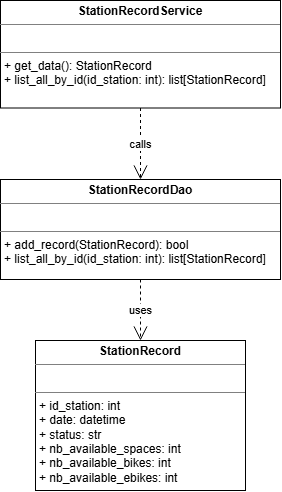
Eddboy-ensai/ensai-it-project-2a-team14 keeps this draw.io diagram as doc/rapport final/img/diag_classes_record.png. Above is the earlier version. Source tidied: cells renumbered, new cells last; positions are measured from the earlier drawing's top-left corner, leaving out a move shared by most shapes. Source of this version:
```xml
<mxGraphModel>
  <root>
    <mxCell id="0" />
    <mxCell id="1" parent="0" />
    <mxCell id="2" value="&lt;p style=&quot;margin:0px;margin-top:4px;text-align:center;&quot;&gt;&lt;b&gt;StationRecordService&lt;/b&gt;&lt;/p&gt;&lt;hr size=&quot;1&quot; style=&quot;border-style:solid;&quot;&gt;&lt;p style=&quot;margin:0px;margin-left:4px;&quot;&gt;&lt;br&gt;&lt;/p&gt;&lt;hr size=&quot;1&quot; style=&quot;border-style:solid;&quot;&gt;&lt;p style=&quot;margin:0px;margin-left:4px;&quot;&gt;+ get_data():&amp;nbsp;StationRecord&lt;/p&gt;&lt;p style=&quot;margin:0px;margin-left:4px;&quot;&gt;+ list_all_by_id(id_station: int): list[StationRecord]&lt;/p&gt;" style="verticalAlign=top;align=left;overflow=fill;html=1;whiteSpace=wrap;" parent="1" vertex="1">
      <mxGeometry width="280" height="107.5" as="geometry" />
    </mxCell>
    <mxCell id="3" value="&lt;p style=&quot;margin:0px;margin-top:4px;text-align:center;&quot;&gt;&lt;b&gt;StationRecordDao&lt;/b&gt;&lt;/p&gt;&lt;hr size=&quot;1&quot; style=&quot;border-style:solid;&quot;&gt;&lt;p style=&quot;margin:0px;margin-left:4px;&quot;&gt;&lt;br&gt;&lt;/p&gt;&lt;hr size=&quot;1&quot; style=&quot;border-style:solid;&quot;&gt;&lt;p style=&quot;margin:0px;margin-left:4px;&quot;&gt;+ add_record(StationRecord): bool&lt;/p&gt;&lt;p style=&quot;margin:0px;margin-left:4px;&quot;&gt;+ list_all_by_id(id_station: int): list[StationRecord]&lt;/p&gt;" style="verticalAlign=top;align=left;overflow=fill;html=1;whiteSpace=wrap;" parent="1" vertex="1">
      <mxGeometry y="179" width="280" height="100" as="geometry" />
    </mxCell>
    <mxCell id="4" value="calls" style="endArrow=open;endSize=12;dashed=1;html=1;rounded=0;exitX=0.5;exitY=1;exitDx=0;exitDy=0;entryX=0.5;entryY=0;entryDx=0;entryDy=0;" parent="1" edge="1" source="2" target="3">
      <mxGeometry relative="1" as="geometry" />
    </mxCell>
    <mxCell id="5" value="&lt;p style=&quot;margin:0px;margin-top:4px;text-align:center;&quot;&gt;&lt;b&gt;StationRecord&lt;/b&gt;&lt;/p&gt;&lt;hr size=&quot;1&quot; style=&quot;border-style:solid;&quot;&gt;&lt;p style=&quot;margin:0px;margin-left:4px;&quot;&gt;&lt;br&gt;&lt;/p&gt;&lt;hr size=&quot;1&quot; style=&quot;border-style:solid;&quot;&gt;&lt;p style=&quot;margin:0px;margin-left:4px;&quot;&gt;+ id_station: int&lt;/p&gt;&lt;p style=&quot;margin:0px;margin-left:4px;&quot;&gt;+ date: datetime&lt;/p&gt;&lt;p style=&quot;margin:0px;margin-left:4px;&quot;&gt;+ status: str&lt;/p&gt;&lt;p style=&quot;margin:0px;margin-left:4px;&quot;&gt;+ nb_available_spaces: int&lt;/p&gt;&lt;p style=&quot;margin:0px;margin-left:4px;&quot;&gt;+ nb_available_bikes: int&lt;/p&gt;&lt;p style=&quot;margin:0px;margin-left:4px;&quot;&gt;+ nb_available_ebikes: int&lt;/p&gt;" style="verticalAlign=top;align=left;overflow=fill;html=1;whiteSpace=wrap;" parent="1" vertex="1">
      <mxGeometry x="35" y="340" width="210" height="150" as="geometry" />
    </mxCell>
    <mxCell id="6" value="uses" style="endArrow=open;endSize=12;dashed=1;html=1;rounded=0;exitX=0.5;exitY=1;exitDx=0;exitDy=0;entryX=0.5;entryY=0;entryDx=0;entryDy=0;" parent="1" edge="1" source="3" target="5">
      <mxGeometry relative="1" as="geometry" />
    </mxCell>
    <mxCell id="7" style="edgeStyle=orthogonalEdgeStyle;rounded=0;orthogonalLoop=1;jettySize=auto;html=1;innerLoopWaypoints=1;exitX=0.5;exitY=1;exitDx=0;exitDy=0;" parent="1" edge="1" source="3" target="3">
      <mxGeometry relative="1" as="geometry" />
    </mxCell>
  </root>
</mxGraphModel>
```
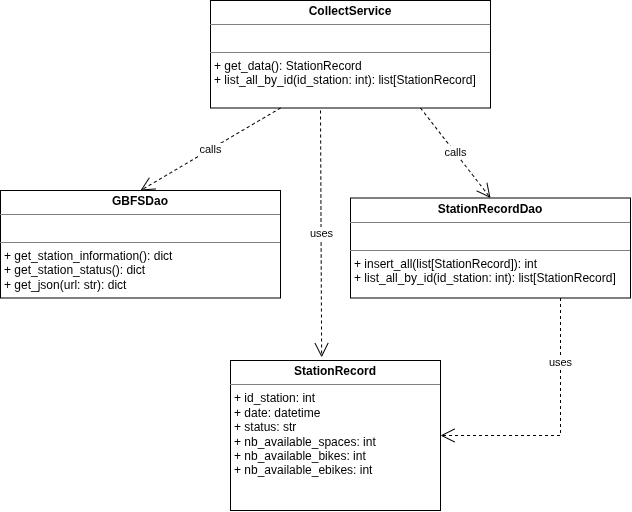
Above is the later version.

Diff of the diagram source:
```diff
@@ -2,23 +2,38 @@
   <root>
     <mxCell id="0" />
     <mxCell id="1" parent="0" />
-    <mxCell id="2" value="&lt;p style=&quot;margin:0px;margin-top:4px;text-align:center;&quot;&gt;&lt;b&gt;StationRecordService&lt;/b&gt;&lt;/p&gt;&lt;hr size=&quot;1&quot; style=&quot;border-style:solid;&quot;&gt;&lt;p style=&quot;margin:0px;margin-left:4px;&quot;&gt;&lt;br&gt;&lt;/p&gt;&lt;hr size=&quot;1&quot; style=&quot;border-style:solid;&quot;&gt;&lt;p style=&quot;margin:0px;margin-left:4px;&quot;&gt;+ get_data():&amp;nbsp;StationRecord&lt;/p&gt;&lt;p style=&quot;margin:0px;margin-left:4px;&quot;&gt;+ list_all_by_id(id_station: int): list[StationRecord]&lt;/p&gt;" style="verticalAlign=top;align=left;overflow=fill;html=1;whiteSpace=wrap;" parent="1" vertex="1">
-      <mxGeometry width="280" height="107.5" as="geometry" />
-    </mxCell>
-    <mxCell id="3" value="&lt;p style=&quot;margin:0px;margin-top:4px;text-align:center;&quot;&gt;&lt;b&gt;StationRecordDao&lt;/b&gt;&lt;/p&gt;&lt;hr size=&quot;1&quot; style=&quot;border-style:solid;&quot;&gt;&lt;p style=&quot;margin:0px;margin-left:4px;&quot;&gt;&lt;br&gt;&lt;/p&gt;&lt;hr size=&quot;1&quot; style=&quot;border-style:solid;&quot;&gt;&lt;p style=&quot;margin:0px;margin-left:4px;&quot;&gt;+ add_record(StationRecord): bool&lt;/p&gt;&lt;p style=&quot;margin:0px;margin-left:4px;&quot;&gt;+ list_all_by_id(id_station: int): list[StationRecord]&lt;/p&gt;" style="verticalAlign=top;align=left;overflow=fill;html=1;whiteSpace=wrap;" parent="1" vertex="1">
-      <mxGeometry y="179" width="280" height="100" as="geometry" />
-    </mxCell>
-    <mxCell id="4" value="calls" style="endArrow=open;endSize=12;dashed=1;html=1;rounded=0;exitX=0.5;exitY=1;exitDx=0;exitDy=0;entryX=0.5;entryY=0;entryDx=0;entryDy=0;" parent="1" edge="1" source="2" target="3">
-      <mxGeometry relative="1" as="geometry" />
-    </mxCell>
+    <mxCell id="8" value="&lt;p style=&quot;margin:0px;margin-top:4px;text-align:center;&quot;&gt;&lt;b&gt;CollectService&lt;/b&gt;&lt;/p&gt;&lt;hr size=&quot;1&quot; style=&quot;border-style:solid;&quot;&gt;&lt;p style=&quot;margin:0px;margin-left:4px;&quot;&gt;&lt;br&gt;&lt;/p&gt;&lt;hr size=&quot;1&quot; style=&quot;border-style:solid;&quot;&gt;&lt;p style=&quot;margin:0px;margin-left:4px;&quot;&gt;+ get_data():&amp;nbsp;StationRecord&lt;/p&gt;&lt;p style=&quot;margin:0px;margin-left:4px;&quot;&gt;+ list_all_by_id(id_station: int): list[StationRecord]&lt;/p&gt;" style="verticalAlign=top;align=left;overflow=fill;html=1;whiteSpace=wrap;" parent="1" vertex="1">
+      <mxGeometry x="15" y="-20" width="280" height="107.5" as="geometry" />
+    </mxCell>
+    <mxCell id="9" value="&lt;p style=&quot;margin:0px;margin-top:4px;text-align:center;&quot;&gt;&lt;b&gt;GBFSDao&lt;/b&gt;&lt;/p&gt;&lt;hr size=&quot;1&quot; style=&quot;border-style:solid;&quot;&gt;&lt;p style=&quot;margin:0px;margin-left:4px;&quot;&gt;&lt;br&gt;&lt;/p&gt;&lt;hr size=&quot;1&quot; style=&quot;border-style:solid;&quot;&gt;&lt;p style=&quot;margin:0px;margin-left:4px;&quot;&gt;+ get_station_information(): dict&lt;/p&gt;&lt;p style=&quot;margin: 0px 0px 0px 4px;&quot;&gt;+ get_station_status(): dict&lt;/p&gt;&lt;p style=&quot;margin: 0px 0px 0px 4px;&quot;&gt;+ get_json(url: str): dict&lt;/p&gt;&lt;div&gt;&lt;br&gt;&lt;/div&gt;&lt;div&gt;&lt;br&gt;&lt;/div&gt;" style="verticalAlign=top;align=left;overflow=fill;html=1;whiteSpace=wrap;" parent="1" vertex="1">
+      <mxGeometry x="-195" y="170" width="280" height="107.5" as="geometry" />
+    </mxCell>
+    <mxCell id="10" value="calls" style="endArrow=open;endSize=12;dashed=1;html=1;rounded=0;exitX=0.25;exitY=1;exitDx=0;exitDy=0;entryX=0.5;entryY=0;entryDx=0;entryDy=0;" parent="1" edge="1" source="8" target="9">
+      <mxGeometry relative="1" as="geometry" />
+    </mxCell>
-    <mxCell id="5" value="&lt;p style=&quot;margin:0px;margin-top:4px;text-align:center;&quot;&gt;&lt;b&gt;StationRecord&lt;/b&gt;&lt;/p&gt;&lt;hr size=&quot;1&quot; style=&quot;border-style:solid;&quot;&gt;&lt;p style=&quot;margin:0px;margin-left:4px;&quot;&gt;&lt;br&gt;&lt;/p&gt;&lt;hr size=&quot;1&quot; style=&quot;border-style:solid;&quot;&gt;&lt;p style=&quot;margin:0px;margin-left:4px;&quot;&gt;+ id_station: int&lt;/p&gt;&lt;p style=&quot;margin:0px;margin-left:4px;&quot;&gt;+ date: datetime&lt;/p&gt;&lt;p style=&quot;margin:0px;margin-left:4px;&quot;&gt;+ status: str&lt;/p&gt;&lt;p style=&quot;margin:0px;margin-left:4px;&quot;&gt;+ nb_available_spaces: int&lt;/p&gt;&lt;p style=&quot;margin:0px;margin-left:4px;&quot;&gt;+ nb_available_bikes: int&lt;/p&gt;&lt;p style=&quot;margin:0px;margin-left:4px;&quot;&gt;+ nb_available_ebikes: int&lt;/p&gt;" style="verticalAlign=top;align=left;overflow=fill;html=1;whiteSpace=wrap;" parent="1" vertex="1">
+    <mxCell id="5" value="&lt;p style=&quot;margin:0px;margin-top:4px;text-align:center;&quot;&gt;&lt;b&gt;StationRecord&lt;/b&gt;&lt;/p&gt;&lt;hr size=&quot;1&quot; style=&quot;border-style:solid;&quot;&gt;&lt;p style=&quot;margin: 0px 0px 0px 4px;&quot;&gt;+ id_station: int&lt;/p&gt;&lt;p style=&quot;margin: 0px 0px 0px 4px;&quot;&gt;+ date: datetime&lt;/p&gt;&lt;p style=&quot;margin: 0px 0px 0px 4px;&quot;&gt;+ status: str&lt;/p&gt;&lt;p style=&quot;margin: 0px 0px 0px 4px;&quot;&gt;+ nb_available_spaces: int&lt;/p&gt;&lt;p style=&quot;margin: 0px 0px 0px 4px;&quot;&gt;+ nb_available_bikes: int&lt;/p&gt;&lt;p style=&quot;margin: 0px 0px 0px 4px;&quot;&gt;+ nb_available_ebikes: int&lt;/p&gt;&lt;p style=&quot;margin:0px;margin-left:4px;&quot;&gt;&lt;br&gt;&lt;/p&gt;" style="verticalAlign=top;align=left;overflow=fill;html=1;whiteSpace=wrap;" parent="1" vertex="1">
       <mxGeometry x="35" y="340" width="210" height="150" as="geometry" />
     </mxCell>
-    <mxCell id="6" value="uses" style="endArrow=open;endSize=12;dashed=1;html=1;rounded=0;exitX=0.5;exitY=1;exitDx=0;exitDy=0;entryX=0.5;entryY=0;entryDx=0;entryDy=0;" parent="1" edge="1" source="3" target="5">
-      <mxGeometry relative="1" as="geometry" />
-    </mxCell>
-    <mxCell id="7" style="edgeStyle=orthogonalEdgeStyle;rounded=0;orthogonalLoop=1;jettySize=auto;html=1;innerLoopWaypoints=1;exitX=0.5;exitY=1;exitDx=0;exitDy=0;" parent="1" edge="1" source="3" target="3">
-      <mxGeometry relative="1" as="geometry" />
-    </mxCell>
+    <mxCell id="11" style="edgeStyle=orthogonalEdgeStyle;rounded=0;orthogonalLoop=1;jettySize=auto;html=1;innerLoopWaypoints=1;exitX=0.5;exitY=1;exitDx=0;exitDy=0;" parent="1" edge="1" source="9" target="9">
+      <mxGeometry relative="1" as="geometry" />
+    </mxCell>
+    <mxCell id="12" value="&lt;p style=&quot;margin:0px;margin-top:4px;text-align:center;&quot;&gt;&lt;b&gt;StationRecordDao&lt;/b&gt;&lt;/p&gt;&lt;hr size=&quot;1&quot; style=&quot;border-style:solid;&quot;&gt;&lt;p style=&quot;margin:0px;margin-left:4px;&quot;&gt;&lt;br&gt;&lt;/p&gt;&lt;hr size=&quot;1&quot; style=&quot;border-style:solid;&quot;&gt;&lt;p style=&quot;margin:0px;margin-left:4px;&quot;&gt;+ insert_all(list[StationRecord]): int&lt;/p&gt;&lt;p style=&quot;margin:0px;margin-left:4px;&quot;&gt;+ list_all_by_id(id_station: int): list[StationRecord]&lt;/p&gt;" style="verticalAlign=top;align=left;overflow=fill;html=1;whiteSpace=wrap;" parent="1" vertex="1">
+      <mxGeometry x="155" y="177.5" width="280" height="100" as="geometry" />
+    </mxCell>
+    <mxCell id="13" value="calls" style="endArrow=open;endSize=12;dashed=1;html=1;rounded=0;exitX=0.75;exitY=1;exitDx=0;exitDy=0;entryX=0.5;entryY=0;entryDx=0;entryDy=0;" parent="1" edge="1" source="8" target="12">
+      <mxGeometry relative="1" as="geometry" />
+    </mxCell>
+    <mxCell id="14" value="uses" style="endArrow=open;endSize=12;dashed=1;html=1;rounded=0;exitX=0.75;exitY=1;exitDx=0;exitDy=0;entryX=1;entryY=0.5;entryDx=0;entryDy=0;" parent="1" edge="1" source="12" target="5">
+      <mxGeometry x="-0.5" relative="1" as="geometry">
+        <Array as="points">
+          <mxPoint x="365" y="415" />
+        </Array>
+      </mxGeometry>
+    </mxCell>
+    <mxCell id="15" value="uses" style="endArrow=open;endSize=12;dashed=1;html=1;rounded=0;entryX=0.434;entryY=-0.021;entryDx=0;entryDy=0;entryPerimeter=0;" parent="1" edge="1" target="5">
+      <mxGeometry relative="1" as="geometry">
+        <mxPoint x="125" y="90" as="sourcePoint" />
+      </mxGeometry>
+    </mxCell>
   </root>
 </mxGraphModel>
```
